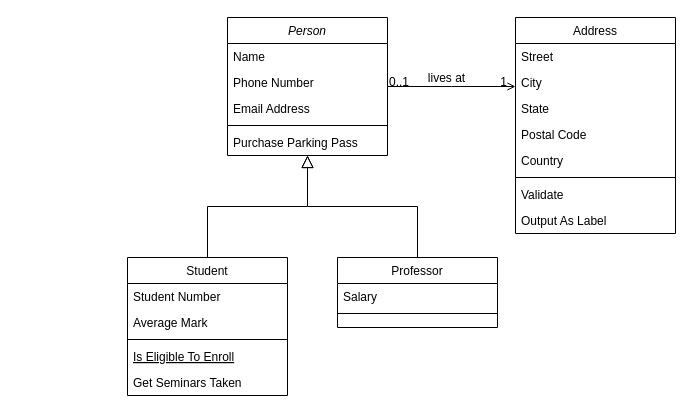
This is build/Untitled Diagram.drawio from guojingyinan219/uni-app, a draw.io file, before an edit. Source tidied: cells renumbered, new cells numbered last; positions are measured from the earlier drawing's top-left corner, leaving out a move shared by most shapes. Both pictures are drawn from the tidied source at 100%, with x=0, y=0 at pixel (127, 17).
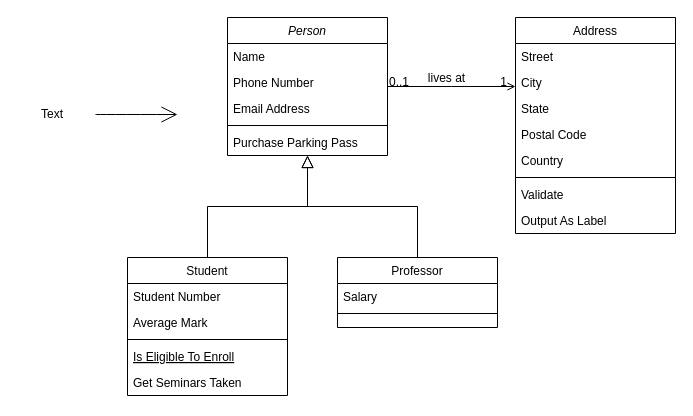
The same diagram, later.

Change to the diagram source:
```diff
@@
+    <mxCell id="32" style="edgeStyle=none;curved=1;rounded=0;jettySize=auto;html=1;endArrow=open;startSize=14;endSize=14;sourcePerimeterSpacing=8;targetPerimeterSpacing=8;" parent="1" edge="1" source="33">
+      <mxGeometry relative="1" as="geometry">
+        <mxPoint x="50" y="97" as="targetPoint" />
+      </mxGeometry>
+    </mxCell>
+    <mxCell id="33" value="Text" style="text;html=1;strokeColor=none;fillColor=none;align=center;verticalAlign=middle;whiteSpace=wrap;rounded=0;hachureGap=4;" parent="1" vertex="1">
+      <mxGeometry x="-110" y="84" width="70" height="26" as="geometry" />
+    </mxCell>
```
